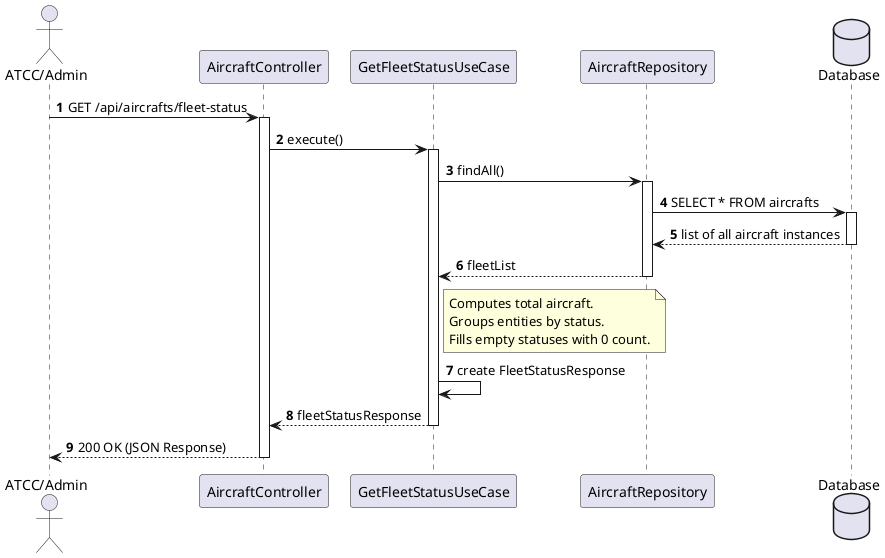
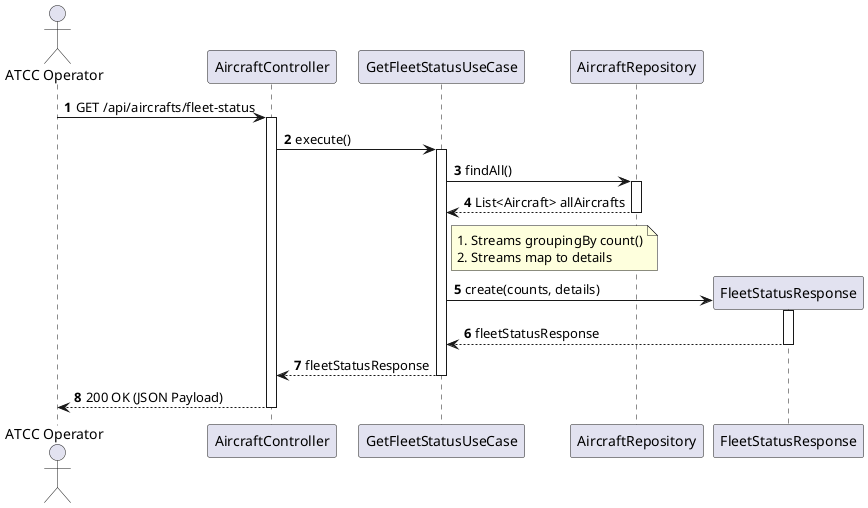
@startuml
autonumber
- actor "ATCC/Admin" as ATCC
- participant "AircraftController" as Ctrl
- participant "GetFleetStatusUseCase" as UC
+ skinparam packageStyle rectangle
+ 
+ actor "ATCC Operator" as ATCC
+ participant "AircraftController" as Controller
+ participant "GetFleetStatusUseCase" as UseCase
participant "AircraftRepository" as Repo
- database "Database" as DB
+ participant "FleetStatusResponse" as ResponseDTO

- ATCC -> Ctrl : GET /api/aircrafts/fleet-status
- activate Ctrl
+ ATCC -> Controller: GET /api/aircrafts/fleet-status
+ activate Controller

- Ctrl -> UC : execute()
- activate UC
+ Controller -> UseCase: execute()
+ activate UseCase

- UC -> Repo : findAll()
+ UseCase -> Repo: findAll()
activate Repo
- 
- Repo -> DB : SELECT * FROM aircrafts
- activate DB
- DB --> Repo : list of all aircraft instances
- deactivate DB
- 
- Repo --> UC : fleetList
+ Repo --> UseCase: List<Aircraft> allAircrafts
deactivate Repo

- note right of UC: Computes total aircraft.\nGroups entities by status.\nFills empty statuses with 0 count.
+ note right of UseCase: 1. Streams groupingBy count()\n2. Streams map to details

- UC -> UC : create FleetStatusResponse
+ UseCase -> ResponseDTO**: create(counts, details)
+ activate ResponseDTO
+ ResponseDTO --> UseCase: fleetStatusResponse
+ deactivate ResponseDTO

- UC --> Ctrl : fleetStatusResponse
- deactivate UC
+ UseCase --> Controller: fleetStatusResponse
+ deactivate UseCase

- Ctrl --> ATCC : 200 OK (JSON Response)
- deactivate Ctrl
+ Controller --> ATCC: 200 OK (JSON Payload)
+ deactivate Controller
+ 
@enduml